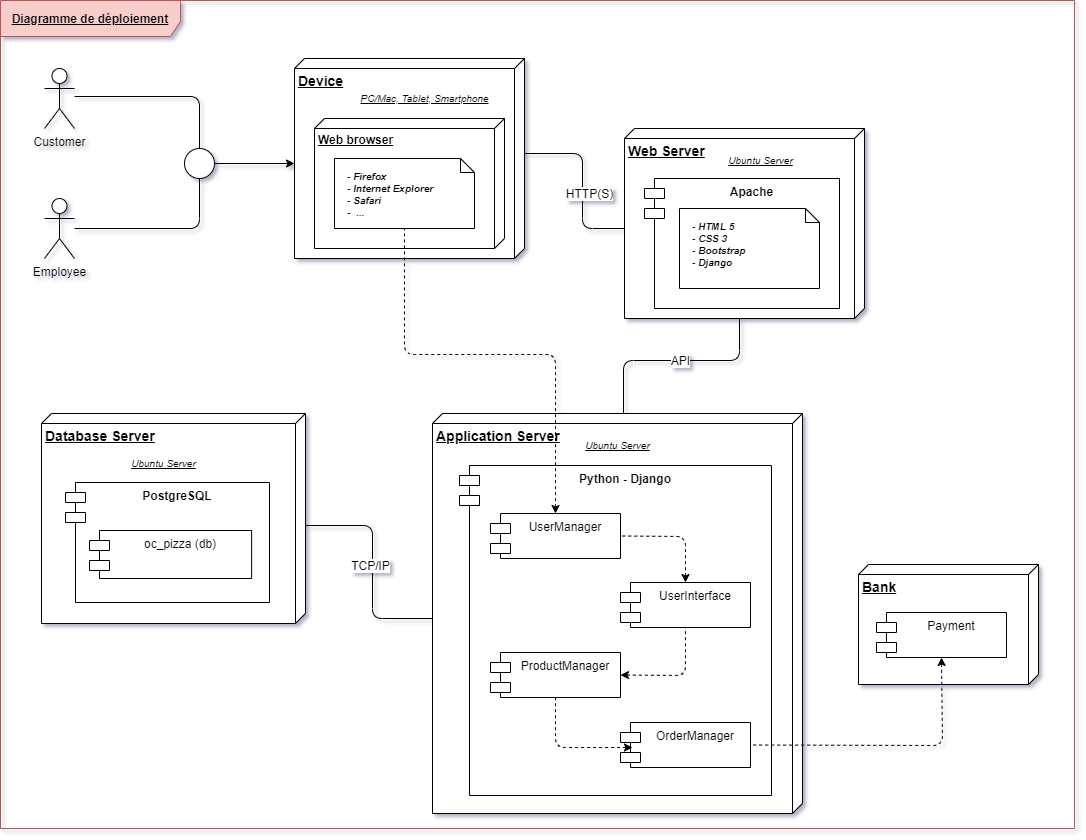
The draw.io diagram Diagrammes/diagramme_deploiement.png in Eidocode/OC_Project6, before a commit. Source tidied: cells renumbered, new cells last; positions are measured from the earlier drawing's top-left corner, leaving out a move shared by most shapes. Its diagram source:
```xml
<mxGraphModel background="#ffffff" shadow="1">
  <root>
    <mxCell id="0" />
    <mxCell id="1" parent="0" />
    <mxCell id="2" value="&lt;b&gt;&lt;u&gt;Diagramme de déploiement&lt;/u&gt;&lt;/b&gt;" style="shape=umlFrame;whiteSpace=wrap;html=1;fontSize=12;width=180;height=36;fillColor=#f8cecc;strokeColor=#b85450;" parent="1" vertex="1">
      <mxGeometry width="1074" height="828" as="geometry" />
    </mxCell>
    <mxCell id="3" value="Customer" style="shape=umlActor;verticalLabelPosition=bottom;verticalAlign=top;html=1;" parent="1" vertex="1">
      <mxGeometry x="44" y="68" width="30" height="60" as="geometry" />
    </mxCell>
    <mxCell id="4" value="Employee" style="shape=umlActor;verticalLabelPosition=bottom;verticalAlign=top;html=1;" parent="1" vertex="1">
      <mxGeometry x="44" y="198" width="30" height="60" as="geometry" />
    </mxCell>
    <mxCell id="5" style="group;" parent="1" vertex="1">
      <mxGeometry x="294" y="58" width="230" height="200" as="geometry" />
    </mxCell>
    <mxCell id="6" value="&lt;b&gt;&lt;font style=&quot;font-size: 14px&quot;&gt;Device&lt;/font&gt;&lt;/b&gt;" style="verticalAlign=top;align=left;spacingTop=8;spacingLeft=2;spacingRight=12;shape=cube;size=10;direction=south;fontStyle=4;html=1;" parent="5" vertex="1">
      <mxGeometry width="230" height="200" as="geometry" />
    </mxCell>
    <mxCell id="7" value="&lt;b&gt;&lt;font style=&quot;font-size: 12px&quot;&gt;Web browser&lt;/font&gt;&lt;/b&gt;" style="verticalAlign=top;align=left;spacingTop=8;spacingLeft=2;spacingRight=12;shape=cube;size=10;direction=south;fontStyle=4;html=1;" parent="5" vertex="1">
      <mxGeometry x="20" y="60" width="190" height="130" as="geometry" />
    </mxCell>
    <mxCell id="8" value="&lt;i&gt;&lt;u&gt;PC/Mac, Tablet, Smartphone&lt;/u&gt;&lt;/i&gt;" style="text;html=1;align=center;verticalAlign=middle;fillColor=none;strokeColor=none;fontSize=10;" parent="5" vertex="1">
      <mxGeometry x="61" y="32" width="138" height="16" as="geometry" />
    </mxCell>
    <mxCell id="9" value="&lt;b&gt;&lt;i&gt;&lt;br&gt;&amp;nbsp; &amp;nbsp; - Firefox&lt;br&gt;&amp;nbsp; &amp;nbsp; - Internet Explorer&lt;br&gt;&amp;nbsp; &amp;nbsp; - Safari&lt;br&gt;&amp;nbsp; &amp;nbsp; -&amp;nbsp; ...&lt;/i&gt;&lt;/b&gt;" style="shape=note;whiteSpace=wrap;html=1;size=14;verticalAlign=top;align=left;spacingTop=-6;fontSize=10;" parent="5" vertex="1">
      <mxGeometry x="40" y="100" width="140" height="70" as="geometry" />
    </mxCell>
    <mxCell id="10" style="ellipse;whiteSpace=wrap;html=1;fontSize=10;" parent="1" vertex="1">
      <mxGeometry x="184" y="148" width="30" height="30" as="geometry" />
    </mxCell>
    <mxCell id="11" style="endArrow=none;html=1;fontSize=10;entryX=0.5;entryY=0;entryDx=0;entryDy=0;endFill=0;" parent="1" edge="1" target="10">
      <mxGeometry relative="1" as="geometry">
        <mxPoint x="74" y="96" as="sourcePoint" />
        <Array as="points">
          <mxPoint x="199" y="96" />
        </Array>
      </mxGeometry>
    </mxCell>
    <mxCell id="12" style="endArrow=none;html=1;fontSize=10;entryX=0.5;entryY=1;entryDx=0;entryDy=0;endFill=0;" parent="1" edge="1" target="10">
      <mxGeometry relative="1" as="geometry">
        <mxPoint x="74" y="228" as="sourcePoint" />
        <Array as="points">
          <mxPoint x="199" y="228" />
        </Array>
      </mxGeometry>
    </mxCell>
    <mxCell id="13" style="endArrow=classic;html=1;fontSize=10;exitX=1;exitY=0.5;exitDx=0;exitDy=0;entryX=0;entryY=0;entryDx=105;entryDy=230;entryPerimeter=0;" parent="1" edge="1" source="10" target="6">
      <mxGeometry relative="1" as="geometry" />
    </mxCell>
    <mxCell id="14" style="endArrow=none;html=1;fontSize=10;endFill=0;entryX=0;entryY=0;entryDx=100;entryDy=240;entryPerimeter=0;exitX=0;exitY=0;exitDx=95;exitDy=0;exitPerimeter=0;" parent="1" edge="1" source="6" target="19">
      <mxGeometry relative="1" as="geometry">
        <Array as="points">
          <mxPoint x="582" y="153" />
          <mxPoint x="582" y="228" />
        </Array>
      </mxGeometry>
    </mxCell>
    <mxCell id="15" value="HTTP(S)" style="edgeLabel;html=1;align=center;verticalAlign=middle;fontSize=12;" parent="14" vertex="1">
      <mxGeometry x="-0.3" y="-2" relative="1" as="geometry">
        <mxPoint x="8" y="36" as="offset" />
      </mxGeometry>
    </mxCell>
    <mxCell id="16" style="endArrow=none;html=1;fontSize=10;endFill=0;exitX=0;exitY=0;exitDx=190;exitDy=125;exitPerimeter=0;" parent="1" edge="1" source="19">
      <mxGeometry relative="1" as="geometry">
        <mxPoint x="623" y="414" as="targetPoint" />
        <Array as="points">
          <mxPoint x="739" y="360" />
          <mxPoint x="623" y="360" />
        </Array>
      </mxGeometry>
    </mxCell>
    <mxCell id="17" value="API" style="edgeLabel;html=1;align=center;verticalAlign=middle;fontSize=12;" parent="16" vertex="1">
      <mxGeometry x="-0.3" y="-2" relative="1" as="geometry">
        <mxPoint x="-28" y="1" as="offset" />
      </mxGeometry>
    </mxCell>
    <mxCell id="18" style="group;" parent="1" vertex="1">
      <mxGeometry x="624" y="128" width="240" height="190" as="geometry" />
    </mxCell>
    <mxCell id="19" value="&lt;b&gt;&lt;font style=&quot;font-size: 14px&quot;&gt;Web Server&lt;/font&gt;&lt;/b&gt;" style="verticalAlign=top;align=left;spacingTop=8;spacingLeft=2;spacingRight=12;shape=cube;size=10;direction=south;fontStyle=4;html=1;fontSize=12;" parent="18" vertex="1">
      <mxGeometry width="240" height="190" as="geometry" />
    </mxCell>
    <mxCell id="20" style="group;" parent="18" vertex="1">
      <mxGeometry x="20" y="50" width="195" height="130" as="geometry" />
    </mxCell>
    <mxCell id="21" value="Apache" style="shape=module;align=left;spacingLeft=20;align=center;verticalAlign=top;fontSize=12;fontStyle=1;" parent="20" vertex="1">
      <mxGeometry width="195" height="130" as="geometry" />
    </mxCell>
    <mxCell id="22" value="&lt;b&gt;&lt;i&gt;&lt;br&gt;&amp;nbsp; &amp;nbsp; - HTML 5&lt;br&gt;&amp;nbsp; &amp;nbsp; - CSS 3&lt;br&gt;&amp;nbsp; &amp;nbsp; -&amp;nbsp;&lt;/i&gt;&lt;/b&gt;&lt;b&gt;&lt;i&gt;Bootstrap&lt;/i&gt;&lt;/b&gt;&lt;b&gt;&lt;i&gt;&lt;br&gt;&amp;nbsp; &amp;nbsp; - Django&lt;br&gt;&lt;/i&gt;&lt;/b&gt;" style="shape=note;whiteSpace=wrap;html=1;size=14;verticalAlign=top;align=left;spacingTop=-6;fontSize=10;" parent="20" vertex="1">
      <mxGeometry x="35" y="30" width="140" height="80" as="geometry" />
    </mxCell>
    <mxCell id="23" value="&lt;i&gt;&lt;u&gt;Ubuntu Server&lt;/u&gt;&lt;/i&gt;" style="text;html=1;align=center;verticalAlign=middle;fillColor=none;strokeColor=none;fontSize=10;" parent="18" vertex="1">
      <mxGeometry x="99" y="24" width="74" height="16" as="geometry" />
    </mxCell>
    <mxCell id="24" style="group;" parent="1" vertex="1">
      <mxGeometry x="432" y="413" width="370" height="400" as="geometry" />
    </mxCell>
    <mxCell id="25" value="&lt;b&gt;&lt;font style=&quot;font-size: 14px&quot;&gt;Application Server&lt;/font&gt;&lt;/b&gt;" style="verticalAlign=top;align=left;spacingTop=8;spacingLeft=2;spacingRight=12;shape=cube;size=10;direction=south;fontStyle=4;html=1;fontSize=12;" parent="24" vertex="1">
      <mxGeometry width="370" height="400" as="geometry" />
    </mxCell>
    <mxCell id="26" value="Python - Django" style="shape=module;align=left;spacingLeft=20;align=center;verticalAlign=top;fontSize=12;fontStyle=1;" parent="24" vertex="1">
      <mxGeometry x="27" y="52" width="312" height="330" as="geometry" />
    </mxCell>
    <mxCell id="27" value="UserInterface" style="shape=module;align=left;spacingLeft=20;align=center;verticalAlign=top;fontSize=12;" parent="24" vertex="1">
      <mxGeometry x="188" y="169" width="130" height="45" as="geometry" />
    </mxCell>
    <mxCell id="28" style="edgeStyle=orthogonalEdgeStyle;orthogonalLoop=1;jettySize=auto;html=1;exitX=0.5;exitY=1;exitDx=0;exitDy=0;fontSize=12;" parent="24" edge="1" source="27" target="27">
      <mxGeometry relative="1" as="geometry" />
    </mxCell>
    <mxCell id="29" value="UserManager" style="shape=module;align=left;spacingLeft=20;align=center;verticalAlign=top;fontSize=12;" parent="24" vertex="1">
      <mxGeometry x="58" y="100" width="130" height="45" as="geometry" />
    </mxCell>
    <mxCell id="30" value="ProductManager" style="shape=module;align=left;spacingLeft=20;align=center;verticalAlign=top;fontSize=12;" parent="24" vertex="1">
      <mxGeometry x="58" y="239" width="130" height="45" as="geometry" />
    </mxCell>
    <mxCell id="31" style="endArrow=none;dashed=1;html=1;fontSize=12;entryX=1;entryY=0.5;entryDx=0;entryDy=0;exitX=0.5;exitY=0;exitDx=0;exitDy=0;endFill=0;startArrow=classic;startFill=1;" parent="24" edge="1" source="27" target="29">
      <mxGeometry relative="1" as="geometry">
        <Array as="points">
          <mxPoint x="253" y="123" />
        </Array>
      </mxGeometry>
    </mxCell>
    <mxCell id="32" style="endArrow=none;dashed=1;html=1;fontSize=12;exitX=1;exitY=0.5;exitDx=0;exitDy=0;endFill=0;startArrow=classic;startFill=1;" parent="24" edge="1" source="30">
      <mxGeometry relative="1" as="geometry">
        <mxPoint x="253" y="214" as="targetPoint" />
        <Array as="points">
          <mxPoint x="253" y="262" />
        </Array>
      </mxGeometry>
    </mxCell>
    <mxCell id="33" value="OrderManager" style="shape=module;align=left;spacingLeft=20;align=center;verticalAlign=top;fontSize=12;" parent="24" vertex="1">
      <mxGeometry x="188" y="309" width="130" height="45" as="geometry" />
    </mxCell>
    <mxCell id="34" style="endArrow=none;dashed=1;html=1;fontSize=12;endFill=0;startArrow=classic;startFill=1;entryX=0.5;entryY=1;entryDx=0;entryDy=0;exitX=0.092;exitY=0.556;exitDx=0;exitDy=0;exitPerimeter=0;" parent="24" edge="1" source="33" target="30">
      <mxGeometry relative="1" as="geometry">
        <Array as="points">
          <mxPoint x="123" y="334" />
        </Array>
      </mxGeometry>
    </mxCell>
    <mxCell id="35" value="&lt;i&gt;&lt;u&gt;Ubuntu Server&lt;/u&gt;&lt;/i&gt;" style="text;html=1;align=center;verticalAlign=middle;fillColor=none;strokeColor=none;fontSize=10;" parent="24" vertex="1">
      <mxGeometry x="148" y="24" width="74" height="16" as="geometry" />
    </mxCell>
    <mxCell id="36" style="endArrow=none;dashed=1;html=1;fontSize=12;entryX=0.5;entryY=1;entryDx=0;entryDy=0;entryPerimeter=0;endFill=0;startArrow=classic;startFill=1;exitX=0.5;exitY=0;exitDx=0;exitDy=0;" parent="1" edge="1" source="29" target="9">
      <mxGeometry relative="1" as="geometry">
        <Array as="points">
          <mxPoint x="555" y="354" />
          <mxPoint x="404" y="354" />
        </Array>
      </mxGeometry>
    </mxCell>
    <mxCell id="37" style="endArrow=none;html=1;strokeColor=#000000;fontSize=12;exitX=0;exitY=0;exitDx=112;exitDy=0;exitPerimeter=0;entryX=0;entryY=0;entryDx=205;entryDy=370;entryPerimeter=0;" parent="1" edge="1" source="44" target="25">
      <mxGeometry relative="1" as="geometry">
        <Array as="points">
          <mxPoint x="372" y="525" />
          <mxPoint x="372" y="618" />
        </Array>
      </mxGeometry>
    </mxCell>
    <mxCell id="38" value="TCP/IP" style="edgeLabel;html=1;align=center;verticalAlign=middle;fontSize=12;" parent="37" vertex="1">
      <mxGeometry x="0.15" y="-3" relative="1" as="geometry">
        <mxPoint y="-21" as="offset" />
      </mxGeometry>
    </mxCell>
    <mxCell id="39" style="group;" parent="1" vertex="1">
      <mxGeometry x="858" y="564" width="180" height="120" as="geometry" />
    </mxCell>
    <mxCell id="40" value="&lt;b&gt;&lt;font style=&quot;font-size: 14px&quot;&gt;Bank&lt;/font&gt;&lt;/b&gt;" style="verticalAlign=top;align=left;spacingTop=8;spacingLeft=2;spacingRight=12;shape=cube;size=10;direction=south;fontStyle=4;html=1;fontSize=12;" parent="39" vertex="1">
      <mxGeometry width="180" height="120" as="geometry" />
    </mxCell>
    <mxCell id="41" value="Payment" style="shape=module;align=left;spacingLeft=20;align=center;verticalAlign=top;fontSize=12;" parent="39" vertex="1">
      <mxGeometry x="18" y="48" width="130" height="45" as="geometry" />
    </mxCell>
    <mxCell id="42" style="endArrow=none;dashed=1;html=1;fontSize=12;endFill=0;startArrow=classic;startFill=1;entryX=1;entryY=0.5;entryDx=0;entryDy=0;exitX=0.5;exitY=1;exitDx=0;exitDy=0;" parent="1" edge="1" source="41" target="33">
      <mxGeometry relative="1" as="geometry">
        <Array as="points">
          <mxPoint x="942" y="745" />
        </Array>
      </mxGeometry>
    </mxCell>
    <mxCell id="43" style="group;" parent="1" vertex="1">
      <mxGeometry x="41" y="413" width="264" height="210" as="geometry" />
    </mxCell>
    <mxCell id="44" value="&lt;b&gt;&lt;font style=&quot;font-size: 14px&quot;&gt;Database Server&lt;/font&gt;&lt;/b&gt;" style="verticalAlign=top;align=left;spacingTop=8;spacingLeft=2;spacingRight=12;shape=cube;size=10;direction=south;fontStyle=4;html=1;fontSize=12;" parent="43" vertex="1">
      <mxGeometry width="264" height="210" as="geometry" />
    </mxCell>
    <mxCell id="45" value="&lt;i&gt;&lt;u&gt;Ubuntu Server&lt;/u&gt;&lt;/i&gt;" style="text;html=1;align=center;verticalAlign=middle;fillColor=none;strokeColor=none;fontSize=10;" parent="43" vertex="1">
      <mxGeometry x="84.5" y="41.7" width="74" height="16" as="geometry" />
    </mxCell>
    <mxCell id="46" style="group;" parent="43" vertex="1">
      <mxGeometry x="24" y="69" width="204" height="120" as="geometry" />
    </mxCell>
    <mxCell id="47" value="PostgreSQL" style="shape=module;align=left;spacingLeft=20;align=center;verticalAlign=top;fontSize=12;fontStyle=1;" parent="46" vertex="1">
      <mxGeometry width="204" height="120" as="geometry" />
    </mxCell>
    <mxCell id="48" value="oc_pizza (db)" style="shape=module;align=left;spacingLeft=20;align=center;verticalAlign=top;fontSize=12;" parent="46" vertex="1">
      <mxGeometry x="24" y="48" width="162.1" height="48" as="geometry" />
    </mxCell>
  </root>
</mxGraphModel>
```
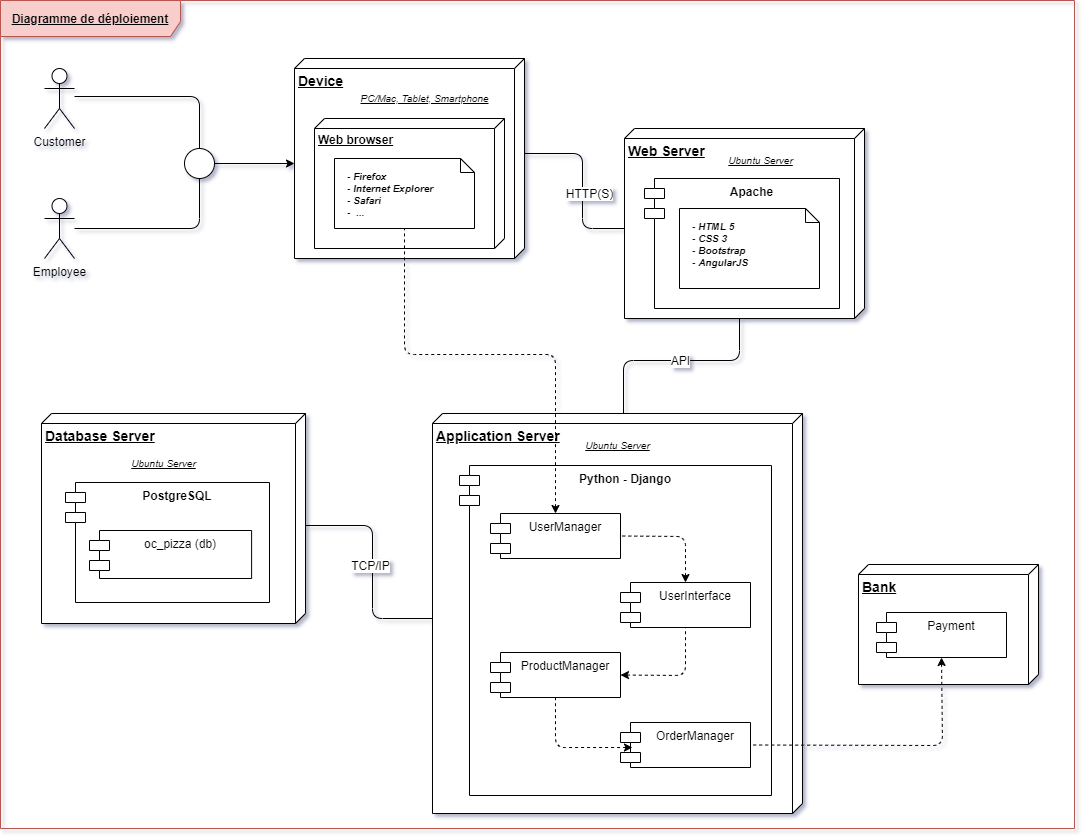
Above is the later version.

Commit message:
- Modified MPD & diagramme_deploiement - Modified Specifications_techniques

The edit, as a diff of the source:
```diff
@@ -87,7 +87,7 @@
     <mxCell id="21" value="Apache" style="shape=module;align=left;spacingLeft=20;align=center;verticalAlign=top;fontSize=12;fontStyle=1;" parent="20" vertex="1">
       <mxGeometry width="195" height="130" as="geometry" />
     </mxCell>
-    <mxCell id="22" value="&lt;b&gt;&lt;i&gt;&lt;br&gt;&amp;nbsp; &amp;nbsp; - HTML 5&lt;br&gt;&amp;nbsp; &amp;nbsp; - CSS 3&lt;br&gt;&amp;nbsp; &amp;nbsp; -&amp;nbsp;&lt;/i&gt;&lt;/b&gt;&lt;b&gt;&lt;i&gt;Bootstrap&lt;/i&gt;&lt;/b&gt;&lt;b&gt;&lt;i&gt;&lt;br&gt;&amp;nbsp; &amp;nbsp; - Django&lt;br&gt;&lt;/i&gt;&lt;/b&gt;" style="shape=note;whiteSpace=wrap;html=1;size=14;verticalAlign=top;align=left;spacingTop=-6;fontSize=10;" parent="20" vertex="1">
+    <mxCell id="22" value="&lt;b&gt;&lt;i&gt;&lt;br&gt;&amp;nbsp; &amp;nbsp; - HTML 5&lt;br&gt;&amp;nbsp; &amp;nbsp; - CSS 3&lt;br&gt;&amp;nbsp; &amp;nbsp; -&amp;nbsp;&lt;/i&gt;&lt;/b&gt;&lt;b&gt;&lt;i&gt;Bootstrap&lt;/i&gt;&lt;/b&gt;&lt;b&gt;&lt;i&gt;&lt;br&gt;&amp;nbsp; &amp;nbsp; - AngularJS&lt;br&gt;&lt;/i&gt;&lt;/b&gt;" style="shape=note;whiteSpace=wrap;html=1;size=14;verticalAlign=top;align=left;spacingTop=-6;fontSize=10;" parent="20" vertex="1">
       <mxGeometry x="35" y="30" width="140" height="80" as="geometry" />
     </mxCell>
     <mxCell id="23" value="&lt;i&gt;&lt;u&gt;Ubuntu Server&lt;/u&gt;&lt;/i&gt;" style="text;html=1;align=center;verticalAlign=middle;fillColor=none;strokeColor=none;fontSize=10;" parent="18" vertex="1">
```
